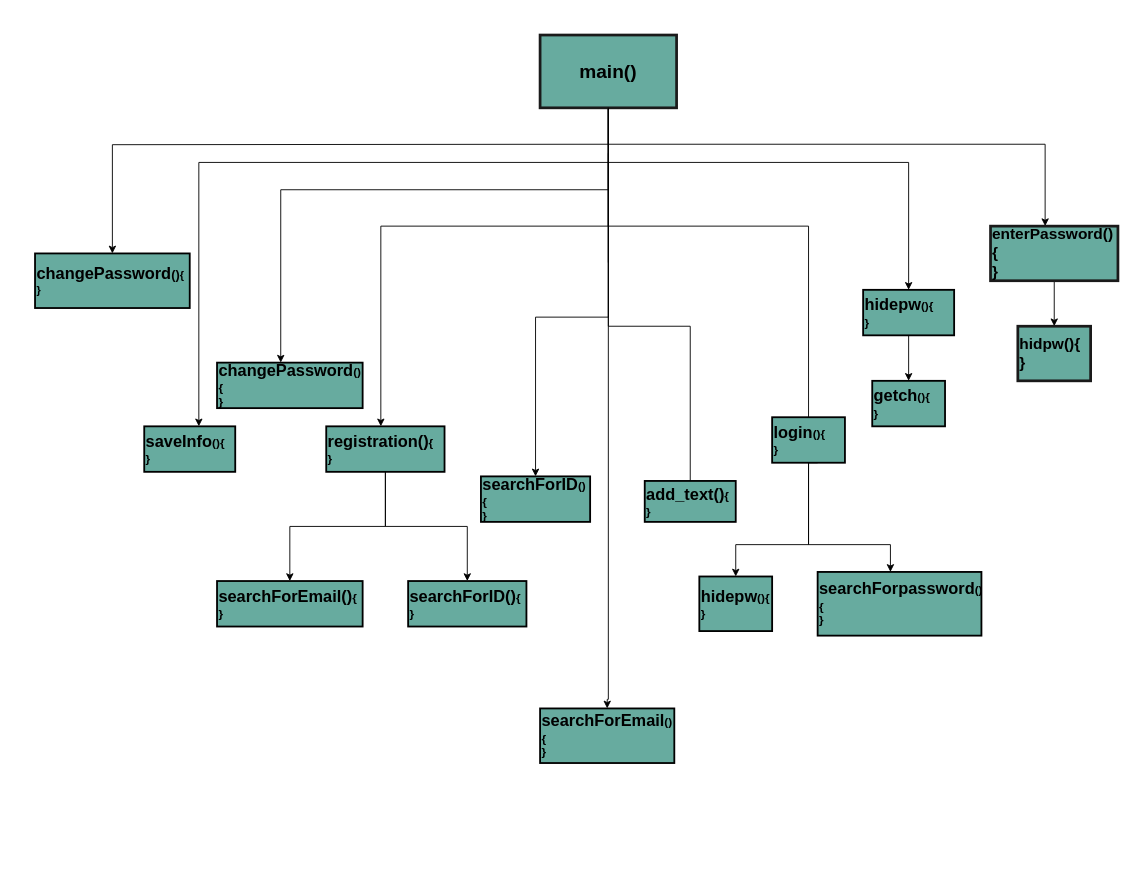
This is Untitled Diagram.drawio from farah50/Image_filetring_project, a draw.io file, before an edit. Source tidied: cells renumbered, new cells numbered last; positions are measured from the earlier drawing's top-left corner, leaving out a move shared by most shapes. Both pictures are drawn from the tidied source at 91%, with x=0, y=0 at pixel (35, 35).
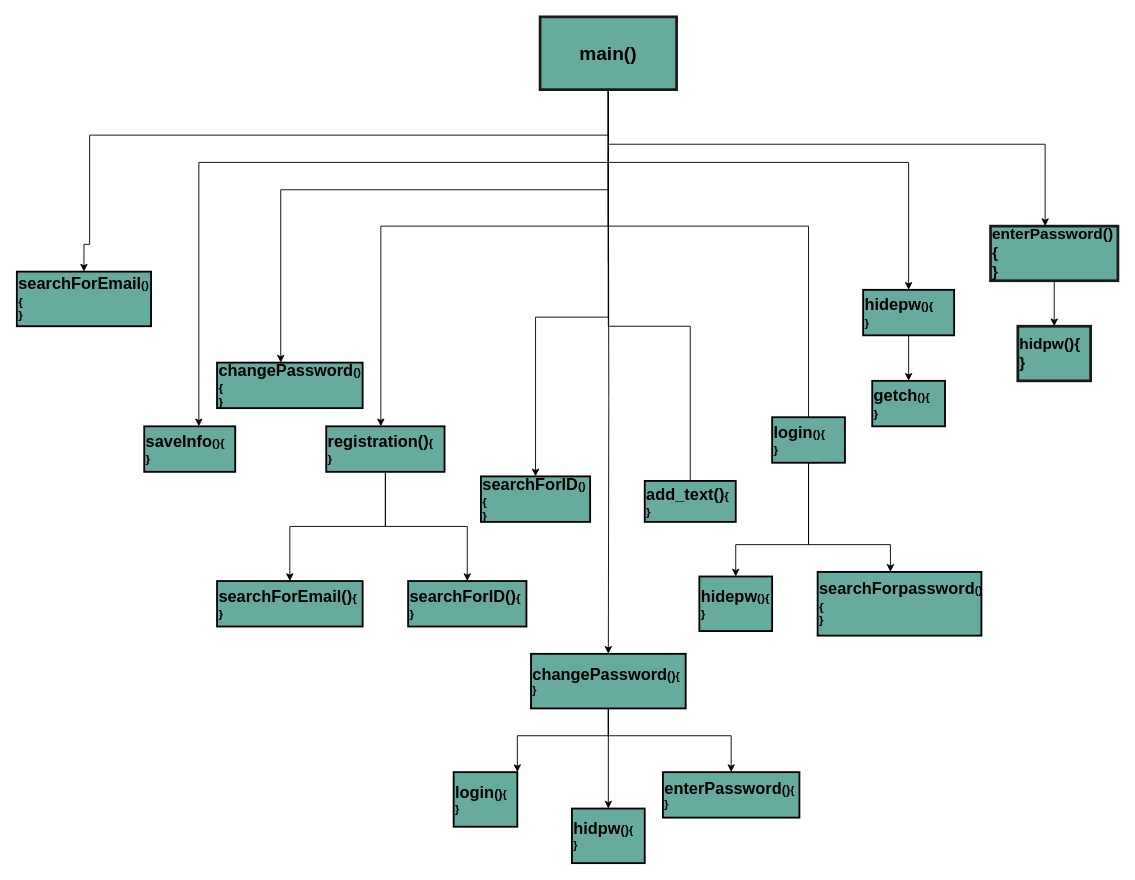
Above is the later version.

What changed in the source:
```diff
@@
     <mxCell id="4" style="edgeStyle=orthogonalEdgeStyle;rounded=0;jettySize=auto;html=1;entryX=0.5;entryY=0;entryDx=0;entryDy=0;" parent="1" edge="1" source="7" target="15">
       <mxGeometry relative="1" as="geometry">
         <Array as="points">
-          <mxPoint x="630" y="730" />
+          <mxPoint x="630" y="110" />
+          <mxPoint x="60" y="110" />
+          <mxPoint x="60" y="230" />
+          <mxPoint x="54" y="230" />
         </Array>
       </mxGeometry>
     </mxCell>
@@
     <mxCell id="7" value="&lt;font size=&quot;1&quot;&gt;&lt;b style=&quot;font-size: 21px&quot;&gt;main()&lt;/b&gt;&lt;/font&gt;" style="whiteSpace=wrap;html=1;align=center;newEdgeStyle={&quot;edgeStyle&quot;:&quot;elbowEdgeStyle&quot;,&quot;startArrow&quot;:&quot;none&quot;,&quot;endArrow&quot;:&quot;none&quot;};fillColor=#67AB9F;strokeColor=#1A1A1A;strokeWidth=3;rounded=0;" parent="1" vertex="1">
-      <mxGeometry x="555" width="150" height="80" as="geometry" />
+      <mxGeometry x="555" y="-20" width="150" height="80" as="geometry" />
     </mxCell>
@@
     <mxCell id="15" value="&lt;b style=&quot;font-size: 18px;&quot;&gt;searchForEmail&lt;/b&gt;&lt;b style=&quot;font-size: 13px&quot;&gt;(){&lt;br&gt;}&lt;/b&gt;" style="whiteSpace=wrap;html=1;align=left;newEdgeStyle={&quot;edgeStyle&quot;:&quot;elbowEdgeStyle&quot;,&quot;startArrow&quot;:&quot;none&quot;,&quot;endArrow&quot;:&quot;none&quot;};strokeWidth=2;fillColor=#67AB9F;rounded=0;" parent="1" vertex="1">
-      <mxGeometry x="555" y="740" width="147.5" height="60" as="geometry" />
+      <mxGeometry x="-20" y="260" width="147.5" height="60" as="geometry" />
     </mxCell>
@@
+    <mxCell id="36" style="edgeStyle=orthogonalEdgeStyle;rounded=0;jettySize=auto;html=1;" parent="1" edge="1" source="35" target="39">
+      <mxGeometry relative="1" as="geometry">
+        <Array as="points">
+          <mxPoint x="630" y="770" />
+          <mxPoint x="530" y="770" />
+        </Array>
+      </mxGeometry>
+    </mxCell>
+    <mxCell id="37" style="edgeStyle=orthogonalEdgeStyle;rounded=0;jettySize=auto;html=1;" parent="1" edge="1" source="35" target="40">
+      <mxGeometry relative="1" as="geometry">
+        <Array as="points">
+          <mxPoint x="630" y="770" />
+          <mxPoint x="765" y="770" />
+        </Array>
+      </mxGeometry>
+    </mxCell>
+    <mxCell id="38" style="edgeStyle=orthogonalEdgeStyle;rounded=0;jettySize=auto;html=1;" parent="1" edge="1" source="35" target="41">
+      <mxGeometry relative="1" as="geometry" />
+    </mxCell>
     <mxCell id="35" value="&lt;font style=&quot;font-size: 18px;&quot;&gt;&lt;b&gt;changePassword&lt;/b&gt;&lt;/font&gt;&lt;b&gt;&lt;font style=&quot;font-size: 14px;&quot;&gt;()&lt;/font&gt;{&lt;br&gt;}&lt;/b&gt;" style="whiteSpace=wrap;html=1;align=left;fillColor=#67AB9F;strokeWidth=2;rounded=0;" parent="1" vertex="1">
-      <mxGeometry y="240" width="170" height="60" as="geometry" />
+      <mxGeometry x="545" y="680" width="170" height="60" as="geometry" />
     </mxCell>
+    <mxCell id="39" value="&lt;b&gt;&lt;font style=&quot;font-size: 18px;&quot;&gt;login&lt;/font&gt;&lt;font style=&quot;font-size: 14px;&quot;&gt;()&lt;/font&gt;{&lt;br&gt;}&lt;/b&gt;" style="whiteSpace=wrap;html=1;align=left;fillColor=#67AB9F;strokeWidth=2;rounded=0;" parent="1" vertex="1">
+      <mxGeometry x="460" y="810" width="70" height="60" as="geometry" />
+    </mxCell>
+    <mxCell id="40" value="&lt;b&gt;&lt;font style=&quot;font-size: 18px;&quot;&gt;enterPassword&lt;/font&gt;&lt;font style=&quot;font-size: 14px;&quot;&gt;()&lt;/font&gt;{&lt;br&gt;}&lt;/b&gt;" style="whiteSpace=wrap;html=1;align=left;fillColor=#67AB9F;strokeWidth=2;rounded=0;" parent="1" vertex="1">
+      <mxGeometry x="690" y="810" width="150" height="50" as="geometry" />
+    </mxCell>
+    <mxCell id="41" value="&lt;b&gt;&lt;font style=&quot;font-size: 18px;&quot;&gt;hidpw&lt;/font&gt;&lt;font style=&quot;font-size: 14px;&quot;&gt;()&lt;/font&gt;{&lt;br&gt;}&lt;/b&gt;" style="whiteSpace=wrap;html=1;align=left;fillColor=#67AB9F;strokeWidth=2;rounded=0;" parent="1" vertex="1">
+      <mxGeometry x="590" y="850" width="80" height="60" as="geometry" />
+    </mxCell>
```
